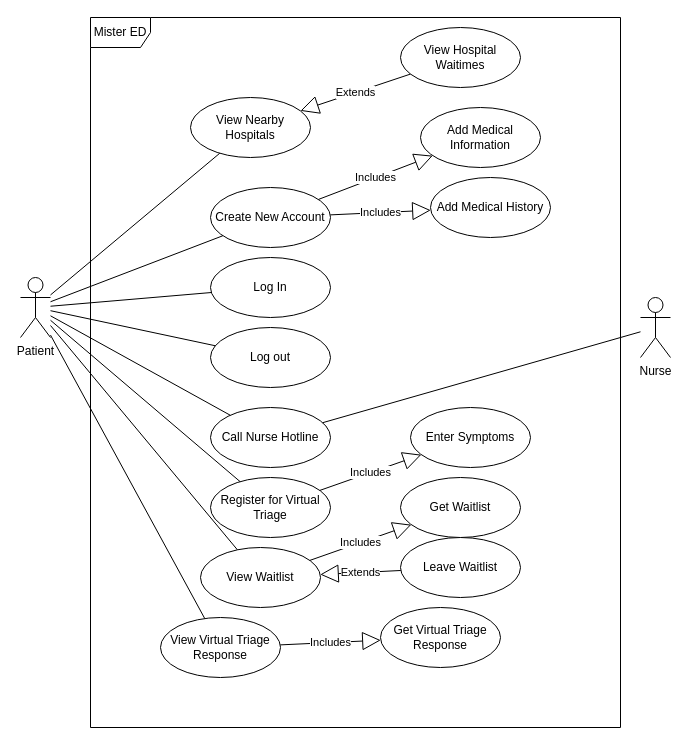
This is OliverWork/Milestone1/PatientUseCaseDiagram.drawio from SENG-350-2024-fall/Team9, a draw.io file, before an edit. Source tidied: cells renumbered, new cells numbered last; positions are measured from the earlier drawing's top-left corner, leaving out a move shared by most shapes. Both pictures are drawn from the tidied source at 100%, with x=0, y=0 at pixel (20, 17).
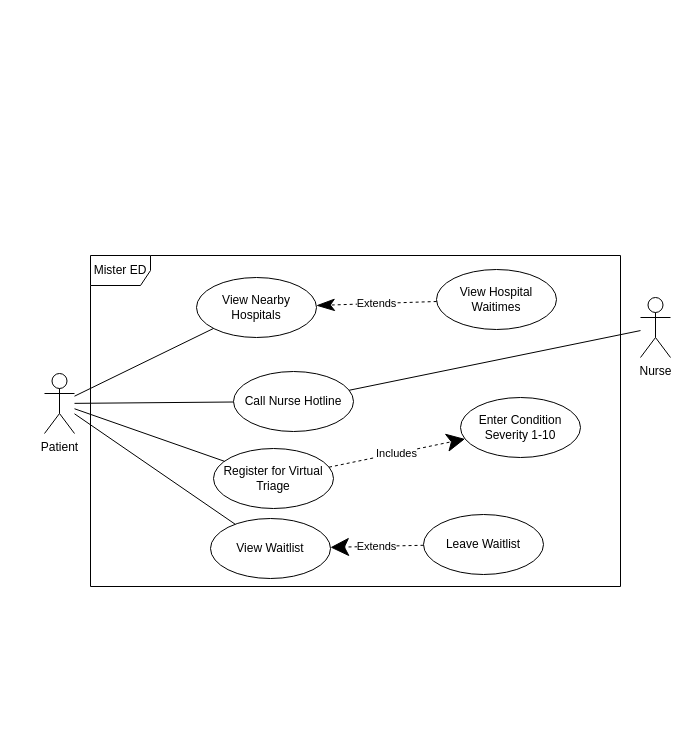
After the change.

The edit, as a diff of the source:
```diff
@@
     <mxCell id="2" value="Patient" style="shape=umlActor;verticalLabelPosition=bottom;verticalAlign=top;html=1;outlineConnect=0;" parent="1" vertex="1">
-      <mxGeometry y="260" width="30" height="60" as="geometry" />
+      <mxGeometry x="24" y="356" width="30" height="60" as="geometry" />
     </mxCell>
-    <mxCell id="3" value="Create New Account" style="ellipse;whiteSpace=wrap;html=1;" parent="1" vertex="1">
-      <mxGeometry x="190" y="170" width="120" height="60" as="geometry" />
-    </mxCell>
-    <mxCell id="4" style="endArrow=none;html=1;rounded=0;" parent="1" edge="1" source="2" target="3">
-      <mxGeometry relative="1" as="geometry" />
-    </mxCell>
-    <mxCell id="5" value="Add Medical Information" style="ellipse;whiteSpace=wrap;html=1;" parent="1" vertex="1">
-      <mxGeometry x="400" y="90" width="120" height="60" as="geometry" />
-    </mxCell>
-    <mxCell id="6" value="Includes" style="endArrow=block;endSize=16;endFill=0;html=1;rounded=0;" parent="1" edge="1" source="3" target="5">
-      <mxGeometry relative="1" as="geometry" />
-    </mxCell>
-    <mxCell id="7" value="Add Medical History" style="ellipse;whiteSpace=wrap;html=1;" parent="1" vertex="1">
-      <mxGeometry x="410" y="160" width="120" height="60" as="geometry" />
-    </mxCell>
-    <mxCell id="8" value="Includes" style="endArrow=block;endSize=16;endFill=0;html=1;rounded=0;" parent="1" edge="1" source="3" target="7">
-      <mxGeometry relative="1" as="geometry" />
-    </mxCell>
-    <mxCell id="9" value="Log In" style="ellipse;whiteSpace=wrap;html=1;" parent="1" vertex="1">
-      <mxGeometry x="190" y="240" width="120" height="60" as="geometry" />
-    </mxCell>
-    <mxCell id="10" style="endArrow=none;html=1;rounded=0;" parent="1" edge="1" source="2" target="9">
-      <mxGeometry relative="1" as="geometry" />
-    </mxCell>
-    <mxCell id="11" value="Log out" style="ellipse;whiteSpace=wrap;html=1;" parent="1" vertex="1">
-      <mxGeometry x="190" y="310" width="120" height="60" as="geometry" />
-    </mxCell>
-    <mxCell id="12" style="endArrow=none;html=1;rounded=0;" parent="1" edge="1" source="2" target="11">
-      <mxGeometry relative="1" as="geometry" />
-    </mxCell>
     <mxCell id="13" value="Call Nurse Hotline" style="ellipse;whiteSpace=wrap;html=1;" parent="1" vertex="1">
-      <mxGeometry x="190" y="390" width="120" height="60" as="geometry" />
+      <mxGeometry x="213" y="354" width="120" height="60" as="geometry" />
     </mxCell>
@@
     <mxCell id="17" value="Register for Virtual Triage" style="ellipse;whiteSpace=wrap;html=1;" parent="1" vertex="1">
-      <mxGeometry x="190" y="460" width="120" height="60" as="geometry" />
+      <mxGeometry x="193" y="431" width="120" height="60" as="geometry" />
     </mxCell>
@@
-    <mxCell id="19" value="Enter Symptoms" style="ellipse;whiteSpace=wrap;html=1;" parent="1" vertex="1">
-      <mxGeometry x="390" y="390" width="120" height="60" as="geometry" />
+    <mxCell id="19" value="Enter Condition Severity 1-10" style="ellipse;whiteSpace=wrap;html=1;" parent="1" vertex="1">
+      <mxGeometry x="440" y="380" width="120" height="60" as="geometry" />
     </mxCell>
-    <mxCell id="20" value="Includes" style="endArrow=block;endSize=16;endFill=0;html=1;rounded=0;" parent="1" edge="1" source="17" target="19">
+    <mxCell id="20" value="Includes" style="endArrow=classic;endSize=16;endFill=1;html=1;rounded=0;dashed=1;" parent="1" edge="1" source="17" target="19">
       <mxGeometry relative="1" as="geometry" />
     </mxCell>
     <mxCell id="21" value="View Waitlist" style="ellipse;whiteSpace=wrap;html=1;" parent="1" vertex="1">
-      <mxGeometry x="180" y="530" width="120" height="60" as="geometry" />
+      <mxGeometry x="190" y="501" width="120" height="60" as="geometry" />
     </mxCell>
@@
-    <mxCell id="23" value="Get Waitlist" style="ellipse;whiteSpace=wrap;html=1;" parent="1" vertex="1">
-      <mxGeometry x="380" y="460" width="120" height="60" as="geometry" />
-    </mxCell>
-    <mxCell id="24" value="Includes" style="endArrow=block;endSize=16;endFill=0;html=1;rounded=0;" parent="1" edge="1" source="21" target="23">
-      <mxGeometry relative="1" as="geometry" />
-    </mxCell>
     <mxCell id="25" value="Mister ED" style="shape=umlFrame;whiteSpace=wrap;html=1;" parent="1" vertex="1">
-      <mxGeometry x="70" width="530" height="710" as="geometry" />
+      <mxGeometry x="70" y="238" width="530" height="331" as="geometry" />
     </mxCell>
-    <mxCell id="26" value="View Virtual Triage Response" style="ellipse;whiteSpace=wrap;html=1;" parent="1" vertex="1">
-      <mxGeometry x="140" y="600" width="120" height="60" as="geometry" />
-    </mxCell>
-    <mxCell id="27" style="endArrow=none;html=1;rounded=0;" parent="1" edge="1" source="2" target="26">
-      <mxGeometry relative="1" as="geometry" />
-    </mxCell>
-    <mxCell id="28" value="Get Virtual Triage Response" style="ellipse;whiteSpace=wrap;html=1;" parent="1" vertex="1">
-      <mxGeometry x="360" y="590" width="120" height="60" as="geometry" />
-    </mxCell>
-    <mxCell id="29" value="Includes" style="endArrow=block;endSize=16;endFill=0;html=1;rounded=0;" parent="1" edge="1" source="26" target="28">
-      <mxGeometry relative="1" as="geometry" />
-    </mxCell>
     <mxCell id="30" value="View Nearby Hospitals" style="ellipse;whiteSpace=wrap;html=1;" parent="1" vertex="1">
-      <mxGeometry x="170" y="80" width="120" height="60" as="geometry" />
+      <mxGeometry x="176" y="260" width="120" height="60" as="geometry" />
     </mxCell>
@@
     <mxCell id="32" value="View Hospital Waitimes" style="ellipse;whiteSpace=wrap;html=1;" parent="1" vertex="1">
-      <mxGeometry x="380" y="10" width="120" height="60" as="geometry" />
+      <mxGeometry x="416" y="252" width="120" height="60" as="geometry" />
     </mxCell>
-    <mxCell id="33" value="Extends" style="endArrow=block;endSize=16;endFill=0;html=1;rounded=0;" parent="1" edge="1" source="32" target="30">
+    <mxCell id="33" value="Extends" style="endArrow=classicThin;endSize=16;endFill=1;html=1;rounded=0;dashed=1;" parent="1" edge="1" source="32" target="30">
       <mxGeometry relative="1" as="geometry" />
     </mxCell>
     <mxCell id="34" value="Leave Waitlist" style="ellipse;whiteSpace=wrap;html=1;" parent="1" vertex="1">
-      <mxGeometry x="380" y="520" width="120" height="60" as="geometry" />
+      <mxGeometry x="403" y="497" width="120" height="60" as="geometry" />
     </mxCell>
-    <mxCell id="35" value="Extends" style="endArrow=block;endSize=16;endFill=0;html=1;rounded=0;" parent="1" edge="1" source="34" target="21">
+    <mxCell id="35" value="Extends" style="endArrow=classic;endSize=16;endFill=1;html=1;rounded=0;dashed=1;" parent="1" edge="1" source="34" target="21">
       <mxGeometry relative="1" as="geometry" />
     </mxCell>
```
